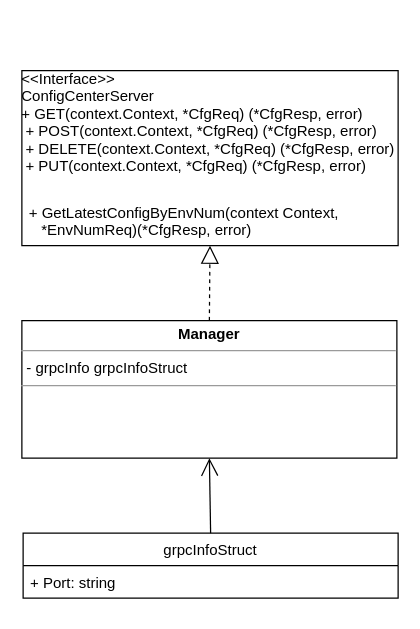
Earlier version of the draw.io diagram page "处理模块" (3 of 18) of docs/details/drawiofiles/概设原始图.drawio (dalgorithm-bastar/configer). Source tidied: cells renumbered, new cells numbered last; positions are measured from the earlier drawing's top-left corner, leaving out a move shared by most shapes. Both pictures are drawn from the tidied source at 125%, with x=0, y=0 at pixel (21, 70).
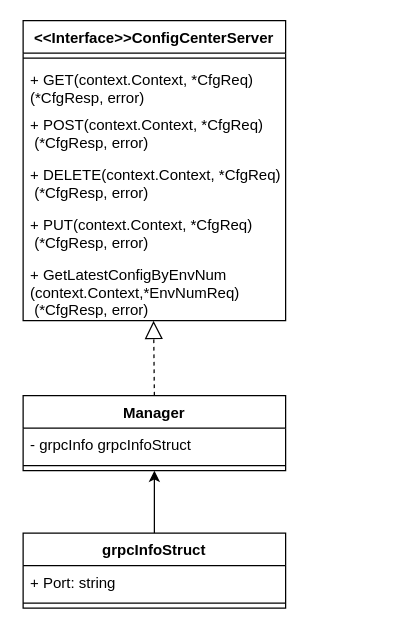
The same page after the edit.

Change to the diagram source:
```diff
@@
 <mxGraphModel>
   <root>
     <mxCell id="0" />
     <mxCell id="1" parent="0" />
-    <mxCell id="2" value="&lt;&lt;Interface&gt;&gt;&#10;ConfigCenterServer&#10;+ GET(context.Context, *CfgReq) (*CfgResp, error)&#10; + POST(context.Context, *CfgReq) (*CfgResp, error)&#10; + DELETE(context.Context, *CfgReq) (*CfgResp, error)&#10; + PUT(context.Context, *CfgReq) (*CfgResp, error)" style="verticalAlign=top;align=left;overflow=fill;fontSize=12;fontFamily=Helvetica;" parent="1" vertex="1">
-      <mxGeometry width="301" height="140" as="geometry" />
-    </mxCell>
-    <mxCell id="3" value="&lt;p style=&quot;margin: 0px ; margin-top: 4px ; text-align: center&quot;&gt;&lt;b&gt;Manager&lt;/b&gt;&lt;/p&gt;&lt;hr size=&quot;1&quot;&gt;&lt;p style=&quot;margin: 0px ; margin-left: 4px&quot;&gt;- grpcInfo grpcInfoStruct&lt;/p&gt;&lt;hr size=&quot;1&quot;&gt;&lt;br&gt;&lt;p style=&quot;margin: 0px ; margin-left: 4px&quot;&gt;&lt;/p&gt;" style="verticalAlign=top;align=left;overflow=fill;fontSize=12;fontFamily=Helvetica;html=1;" parent="1" vertex="1">
-      <mxGeometry y="200" width="300" height="110" as="geometry" />
-    </mxCell>
-    <mxCell id="4" style="endArrow=block;dashed=1;endFill=0;endSize=12;html=1;exitX=0.5;exitY=0;exitDx=0;exitDy=0;entryX=0.5;entryY=1;entryDx=0;entryDy=0;" parent="1" edge="1" source="3" target="2">
+    <mxCell id="4" style="endArrow=block;dashed=1;endFill=0;endSize=12;html=1;exitX=0.5;exitY=0;exitDx=0;exitDy=0;entryX=0.497;entryY=1.003;entryDx=0;entryDy=0;entryPerimeter=0;" parent="1" edge="1" source="16" target="15">
       <mxGeometry relative="1" as="geometry" />
     </mxCell>
+    <mxCell id="9" value="&lt;&lt;Interface&gt;&gt;ConfigCenterServer" style="swimlane;fontStyle=1;align=center;verticalAlign=top;horizontal=1;startSize=26;html=0;" parent="1" vertex="1">
+      <mxGeometry x="1" y="-40" width="210" height="240" as="geometry" />
+    </mxCell>
+    <mxCell id="10" style="line;strokeWidth=1;fillColor=none;align=left;verticalAlign=middle;spacingTop=-1;spacingLeft=3;spacingRight=3;labelPosition=right;" parent="9" vertex="1">
+      <mxGeometry y="26" width="210" height="8" as="geometry" />
+    </mxCell>
+    <mxCell id="11" value="+ GET(context.Context, *CfgReq) &#10;(*CfgResp, error)" style="text;strokeColor=none;fillColor=none;align=left;verticalAlign=top;spacingLeft=4;spacingRight=4;overflow=hidden;" parent="9" vertex="1">
+      <mxGeometry y="34" width="210" height="36" as="geometry" />
+    </mxCell>
+    <mxCell id="12" value="+ POST(context.Context, *CfgReq)&#10; (*CfgResp, error)" style="text;strokeColor=none;fillColor=none;align=left;verticalAlign=top;spacingLeft=4;spacingRight=4;overflow=hidden;" parent="9" vertex="1">
+      <mxGeometry y="70" width="210" height="40" as="geometry" />
+    </mxCell>
+    <mxCell id="13" value="+ DELETE(context.Context, *CfgReq)&#10; (*CfgResp, error)" style="text;strokeColor=none;fillColor=none;align=left;verticalAlign=top;spacingLeft=4;spacingRight=4;overflow=hidden;" parent="9" vertex="1">
+      <mxGeometry y="110" width="210" height="40" as="geometry" />
+    </mxCell>
+    <mxCell id="14" value="+ PUT(context.Context, *CfgReq)&#10; (*CfgResp, error)" style="text;strokeColor=none;fillColor=none;align=left;verticalAlign=top;spacingLeft=4;spacingRight=4;overflow=hidden;" parent="9" vertex="1">
+      <mxGeometry y="150" width="210" height="40" as="geometry" />
+    </mxCell>
+    <mxCell id="15" value="+ GetLatestConfigByEnvNum&#10;(context.Context,*EnvNumReq)&#10; (*CfgResp, error)" style="text;strokeColor=none;fillColor=none;align=left;verticalAlign=top;spacingLeft=4;spacingRight=4;overflow=hidden;points=[[0,0.5],[1,0.5]];portConstraint=eastwest;" parent="9" vertex="1">
+      <mxGeometry y="190" width="210" height="50" as="geometry" />
+    </mxCell>
+    <mxCell id="16" value="Manager" style="swimlane;fontStyle=1;align=center;verticalAlign=top;horizontal=1;startSize=26;html=0;" parent="1" vertex="1">
+      <mxGeometry x="1" y="260" width="210" height="60" as="geometry" />
+    </mxCell>
+    <mxCell id="17" value="- grpcInfo grpcInfoStruct" style="text;strokeColor=none;fillColor=none;align=left;verticalAlign=top;spacingLeft=4;spacingRight=4;overflow=hidden;" parent="16" vertex="1">
+      <mxGeometry y="26" width="210" height="26" as="geometry" />
+    </mxCell>
+    <mxCell id="18" style="line;strokeWidth=1;fillColor=none;align=left;verticalAlign=middle;spacingTop=-1;spacingLeft=3;spacingRight=3;labelPosition=right;" parent="16" vertex="1">
+      <mxGeometry y="52" width="210" height="8" as="geometry" />
+    </mxCell>
+    <mxCell id="19" style="edgeStyle=orthogonalEdgeStyle;rounded=0;jettySize=auto;html=1;entryX=0.5;entryY=1;entryDx=0;entryDy=0;" parent="1" edge="1" source="5" target="16">
+      <mxGeometry relative="1" as="geometry" />
+    </mxCell>
-    <mxCell id="5" value="grpcInfoStruct" style="swimlane;fontStyle=0;horizontal=1;startSize=26;fillColor=none;" parent="1" vertex="1">
-      <mxGeometry x="1" y="370" width="300" height="52" as="geometry" />
+    <mxCell id="5" value="grpcInfoStruct" style="swimlane;fontStyle=1;align=center;verticalAlign=top;horizontal=1;startSize=26;html=0;" parent="1" vertex="1">
+      <mxGeometry x="1" y="370" width="210" height="60" as="geometry" />
     </mxCell>
     <mxCell id="6" value="+ Port: string" style="text;strokeColor=none;fillColor=none;align=left;verticalAlign=top;spacingLeft=4;spacingRight=4;overflow=hidden;" parent="5" vertex="1">
-      <mxGeometry y="26" width="300" height="26" as="geometry" />
+      <mxGeometry y="26" width="210" height="26" as="geometry" />
     </mxCell>
-    <mxCell id="7" style="endArrow=open;endFill=1;endSize=12;html=1;entryX=0.5;entryY=1;entryDx=0;entryDy=0;exitX=0.5;exitY=0;exitDx=0;exitDy=0;" parent="1" edge="1" source="5" target="3">
-      <mxGeometry relative="1" as="geometry" />
-    </mxCell>
-    <mxCell id="8" value="+ GetLatestConfigByEnvNum(context Context,&#10;   *EnvNumReq)(*CfgResp, error)" style="text;strokeColor=none;fillColor=none;align=left;verticalAlign=top;spacingLeft=4;spacingRight=4;overflow=hidden;" parent="1" vertex="1">
-      <mxGeometry y="100" width="290" height="40" as="geometry" />
-    </mxCell>
+    <mxCell id="20" style="line;strokeWidth=1;fillColor=none;align=left;verticalAlign=middle;spacingTop=-1;spacingLeft=3;spacingRight=3;labelPosition=right;" parent="5" vertex="1">
+      <mxGeometry y="52" width="210" height="8" as="geometry" />
+    </mxCell>
   </root>
 </mxGraphModel>
```
